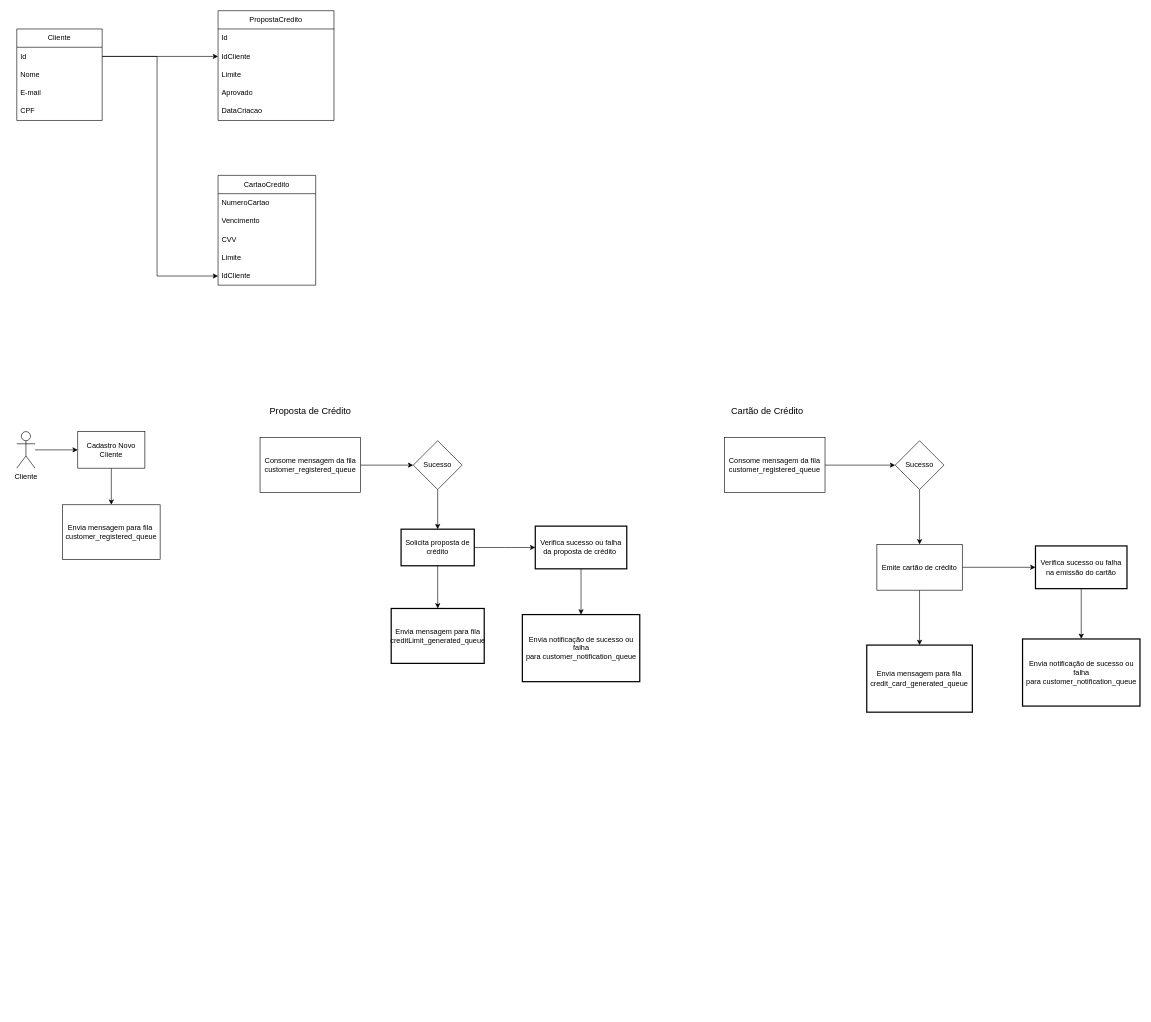
This is FluxoCreditoCliente.drawio from GabrielaPSilva/CreditoClienteBancoParana, a draw.io file, before an edit. Source tidied: cells renumbered, new cells numbered last; positions are measured from the earlier drawing's top-left corner, leaving out a move shared by most shapes. Both pictures are drawn from the tidied source at 61%, with x=0, y=0 at pixel (16, 10).
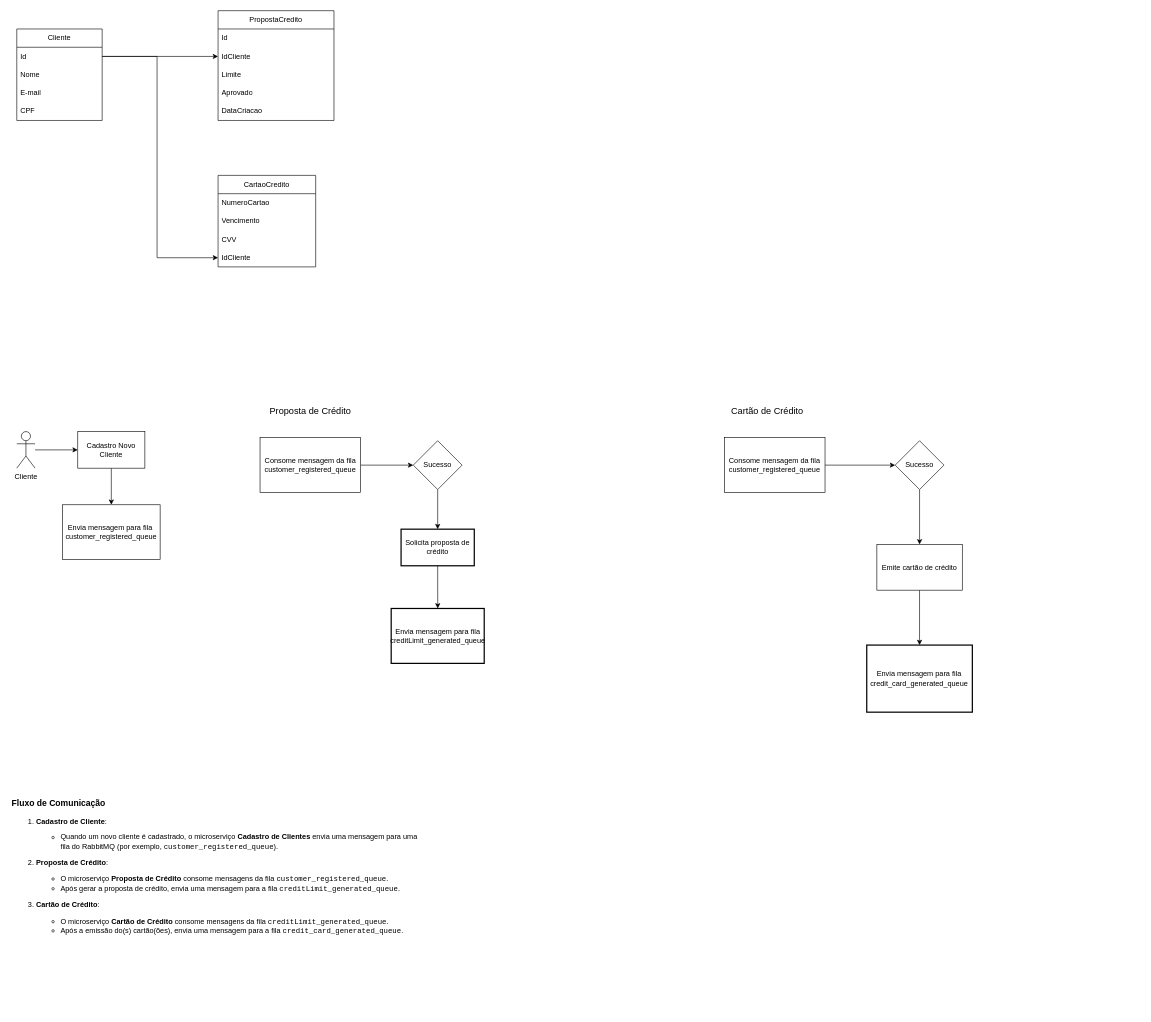
Above is the later version.

Unchanged cells that the change refers to:
```xml
<mxCell id="28" value="Solicita proposta de crédito" style="whiteSpace=wrap;html=1;strokeWidth=2;" parent="1" vertex="1">
  <mxGeometry x="630" y="850" width="120" height="60" as="geometry" />
</mxCell>
<mxCell id="45" value="Emite cartão de crédito" style="whiteSpace=wrap;html=1;" parent="1" vertex="1">
  <mxGeometry x="1410" y="875" width="140" height="75" as="geometry" />
</mxCell>
```

What changed in the source:
```diff
@@
     <mxCell id="14" value="CartaoCredito" style="swimlane;fontStyle=0;horizontal=1;startSize=30;whiteSpace=wrap;html=1;" parent="1" vertex="1">
-      <mxGeometry x="330" y="270" width="160" height="180" as="geometry" />
+      <mxGeometry x="330" y="270" width="160" height="150" as="geometry" />
     </mxCell>
@@
-    <mxCell id="18" value="Limite" style="text;strokeColor=none;fillColor=none;align=left;verticalAlign=middle;spacingLeft=4;spacingRight=4;overflow=hidden;whiteSpace=wrap;html=1;" parent="14" vertex="1">
-      <mxGeometry y="120" width="160" height="30" as="geometry" />
-    </mxCell>
     <mxCell id="19" value="IdCliente" style="text;strokeColor=none;fillColor=none;align=left;verticalAlign=middle;spacingLeft=4;spacingRight=4;overflow=hidden;points=[[0,0.5],[1,0.5]];portConstraint=eastwest;whiteSpace=wrap;html=1;" parent="14" vertex="1">
-      <mxGeometry y="150" width="160" height="30" as="geometry" />
+      <mxGeometry y="120" width="160" height="30" as="geometry" />
     </mxCell>
     <mxCell id="20" style="edgeStyle=orthogonalEdgeStyle;rounded=0;jettySize=auto;html=1;entryX=0;entryY=0.5;entryDx=0;entryDy=0;" parent="1" edge="1" target="19">
       <mxGeometry relative="1" as="geometry">
         <mxPoint x="140" y="75" as="sourcePoint" />
         <Array as="points">
           <mxPoint x="230" y="75" />
-          <mxPoint x="230" y="435" />
+          <mxPoint x="230" y="405" />
         </Array>
       </mxGeometry>
     </mxCell>
@@
-    <mxCell id="27" style="edgeStyle=orthogonalEdgeStyle;rounded=0;jettySize=auto;html=1;" parent="1" edge="1" source="28">
-      <mxGeometry relative="1" as="geometry">
-        <mxPoint x="850" y="880" as="targetPoint" />
-      </mxGeometry>
-    </mxCell>
@@
-    <mxCell id="35" style="edgeStyle=orthogonalEdgeStyle;rounded=0;jettySize=auto;html=1;" parent="1" edge="1" source="36">
-      <mxGeometry relative="1" as="geometry">
-        <mxPoint x="925" y="990" as="targetPoint" />
-      </mxGeometry>
-    </mxCell>
-    <mxCell id="36" value="Verifica sucesso ou falha da proposta de crédito&amp;nbsp;" style="whiteSpace=wrap;html=1;strokeWidth=2;" parent="1" vertex="1">
-      <mxGeometry x="850" y="845" width="150" height="70" as="geometry" />
-    </mxCell>
-    <mxCell id="37" value="Envia notificação de sucesso ou falha para&amp;nbsp;customer_notification_queue" style="whiteSpace=wrap;html=1;strokeWidth=2;" parent="1" vertex="1">
-      <mxGeometry x="828.8" y="990" width="192.5" height="110" as="geometry" />
-    </mxCell>
@@
-    <mxCell id="44" style="edgeStyle=orthogonalEdgeStyle;rounded=0;jettySize=auto;html=1;entryX=0;entryY=0.5;entryDx=0;entryDy=0;" parent="1" edge="1" source="45" target="48">
-      <mxGeometry relative="1" as="geometry" />
-    </mxCell>
@@
-    <mxCell id="47" style="edgeStyle=orthogonalEdgeStyle;rounded=0;jettySize=auto;html=1;entryX=0.5;entryY=0;entryDx=0;entryDy=0;" parent="1" edge="1" source="48" target="49">
-      <mxGeometry relative="1" as="geometry" />
-    </mxCell>
-    <mxCell id="48" value="Verifica sucesso ou falha na emissão do cartão" style="whiteSpace=wrap;html=1;strokeWidth=2;" parent="1" vertex="1">
-      <mxGeometry x="1670" y="877.5" width="150" height="70" as="geometry" />
-    </mxCell>
-    <mxCell id="49" value="Envia notificação de sucesso ou falha para&amp;nbsp;customer_notification_queue" style="whiteSpace=wrap;html=1;strokeWidth=2;" parent="1" vertex="1">
-      <mxGeometry x="1648.8" y="1030" width="192.5" height="110" as="geometry" />
-    </mxCell>
+    <mxCell id="50" value="&lt;h3&gt;Fluxo de Comunicação&lt;/h3&gt;&lt;ol&gt;&lt;li&gt;&lt;p&gt;&lt;strong&gt;Cadastro de Cliente&lt;/strong&gt;:&lt;/p&gt;&lt;ul&gt;&lt;li&gt;Quando um novo cliente é cadastrado, o microserviço &lt;strong&gt;Cadastro de Clientes&lt;/strong&gt; envia uma mensagem para uma fila do RabbitMQ (por exemplo, &lt;code&gt;customer_registered_queue&lt;/code&gt;).&lt;/li&gt;&lt;/ul&gt;&lt;/li&gt;&lt;li&gt;&lt;p&gt;&lt;strong&gt;Proposta de Crédito&lt;/strong&gt;:&lt;/p&gt;&lt;ul&gt;&lt;li&gt;O microserviço &lt;strong&gt;Proposta de Crédito&lt;/strong&gt; consome mensagens da fila &lt;code&gt;customer_registered_queue&lt;/code&gt;.&lt;/li&gt;&lt;li&gt;Após gerar a proposta de crédito, envia uma mensagem para a fila &lt;code&gt;creditLimit_generated_queue&lt;/code&gt;.&lt;/li&gt;&lt;/ul&gt;&lt;/li&gt;&lt;li&gt;&lt;p&gt;&lt;strong&gt;Cartão de Crédito&lt;/strong&gt;:&lt;/p&gt;&lt;ul&gt;&lt;li&gt;O microserviço &lt;strong&gt;Cartão de Crédito&lt;/strong&gt; consome mensagens da fila&amp;nbsp;&lt;span style=&quot;font-family: monospace;&quot;&gt;creditLimit_generated_queue&lt;/span&gt;.&lt;/li&gt;&lt;li&gt;Após a emissão do(s) cartão(ões), envia uma mensagem para a fila &lt;code&gt;credit_card_generated_queue&lt;/code&gt;.&lt;/li&gt;&lt;/ul&gt;&lt;/li&gt;&lt;/ol&gt;" style="text;whiteSpace=wrap;html=1;" parent="1" vertex="1">
+      <mxGeometry x="-10" y="1270" width="670" height="370" as="geometry" />
+    </mxCell>
```
